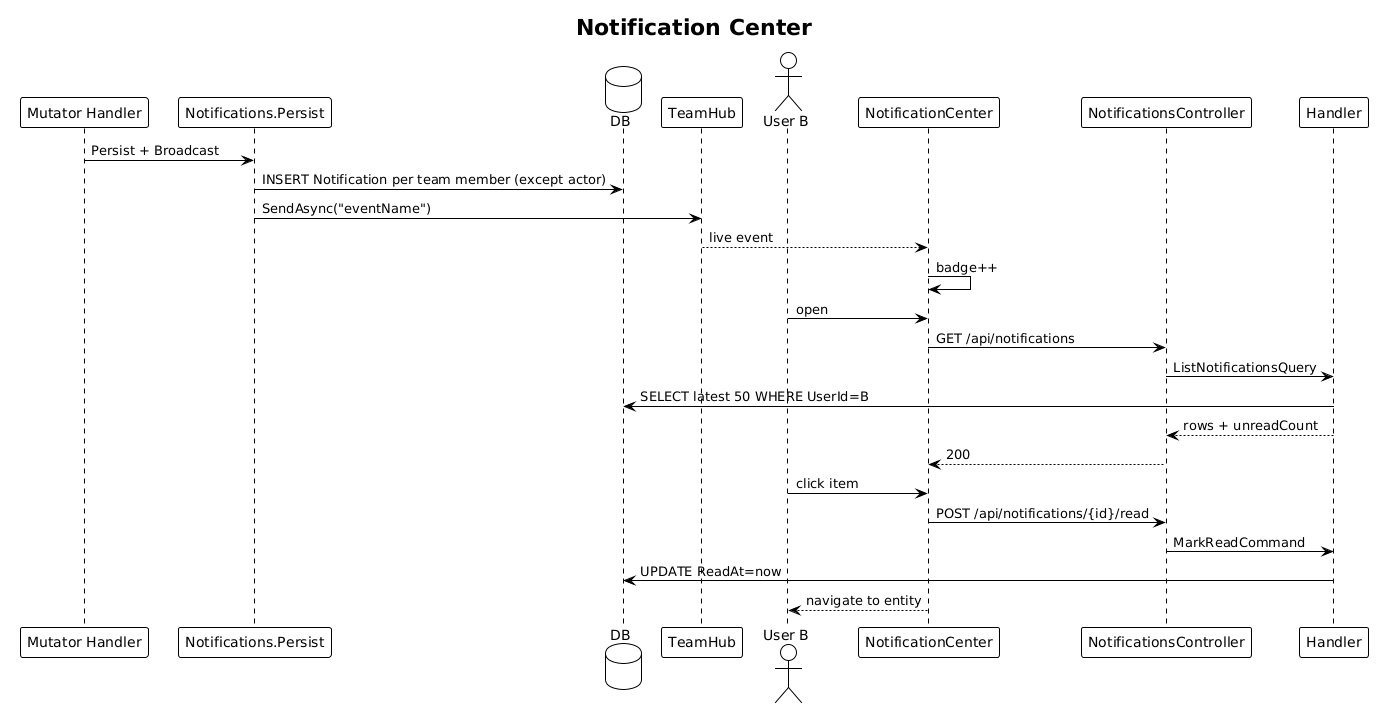
Earlier version of the PlantUML export docs/detailed-designs/33-notification-center/diagrams/sequence_notif.png (QuinntyneBrown/TheUpperRoom).
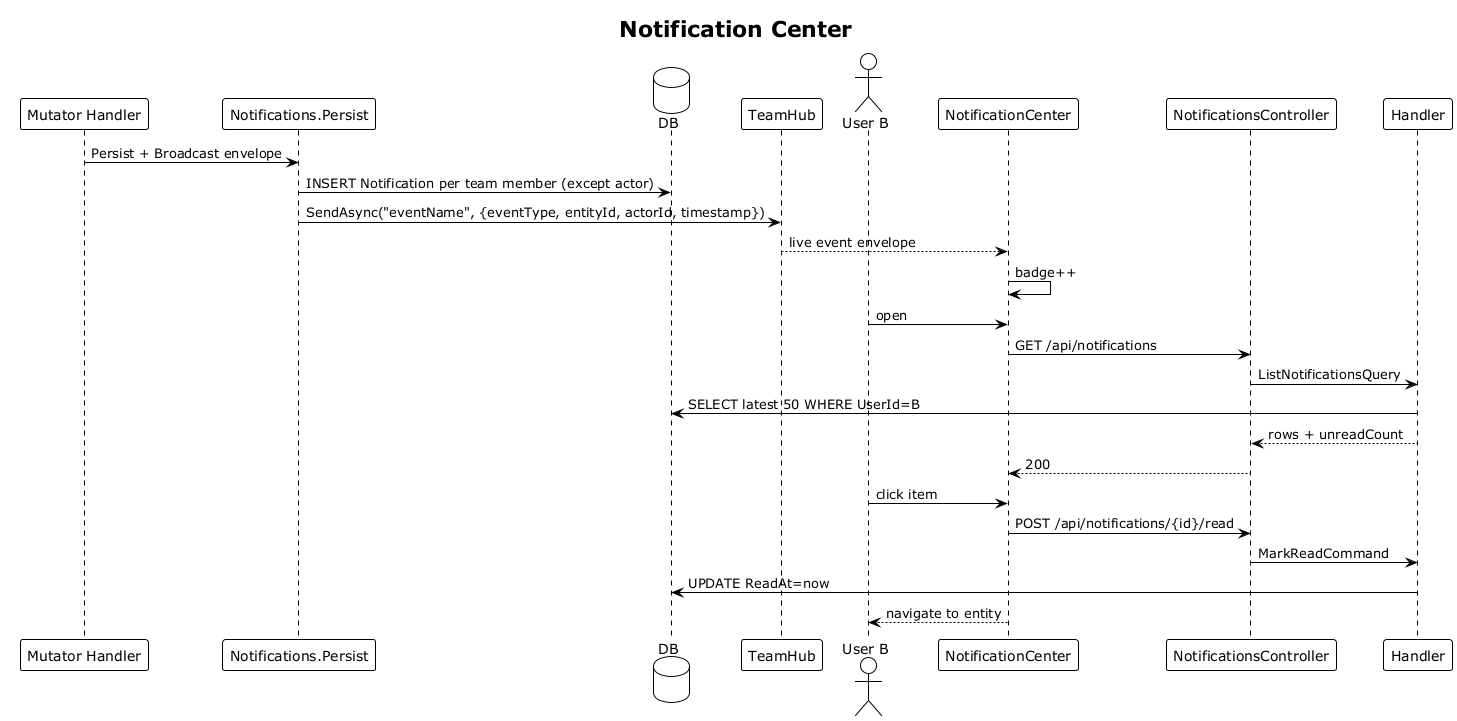
The same diagram one commit later.

The edit, as a diff of the source:
```diff
@@ -1,4 +1,4 @@
-@startuml
+@startuml sequence_notif
 !theme plain
 title Notification Center
 
@@ -11,10 +11,10 @@
 participant "NotificationsController" as C
 participant "Handler" as H
 
-MH -> P: Persist + Broadcast
+MH -> P: Persist + Broadcast envelope
 P -> DB: INSERT Notification per team member (except actor)
-P -> Hub: SendAsync("eventName")
-Hub --> NC: live event
+P -> Hub: SendAsync("eventName", {eventType, entityId, actorId, timestamp})
+Hub --> NC: live event envelope
 NC -> NC: badge++
 B -> NC: open
 NC -> C: GET /api/notifications
```
